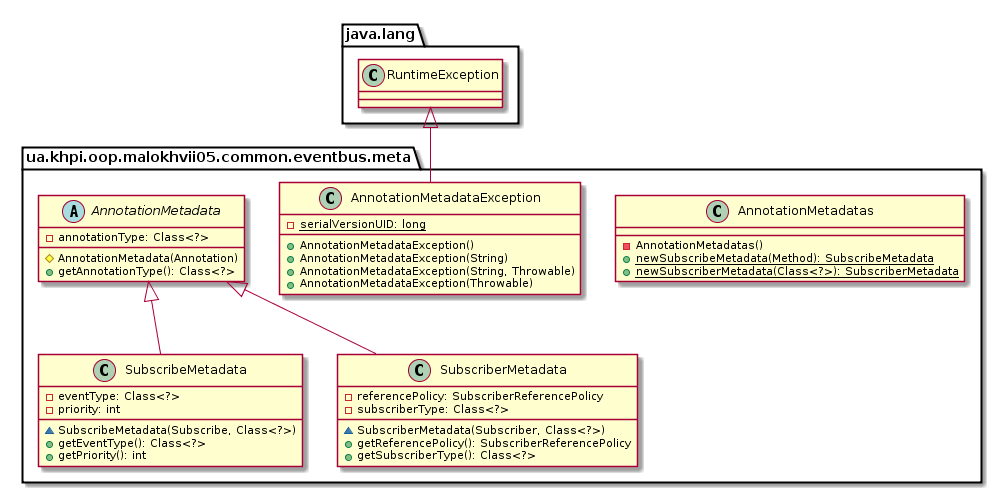
Earlier version of the PlantUML export malokhvii-eduard/malokhvii05/doc/plantuml/png/ua.khpi.oop.malokhvii05.common.eventbus.meta.package.png (P-Kalin/kit26a).
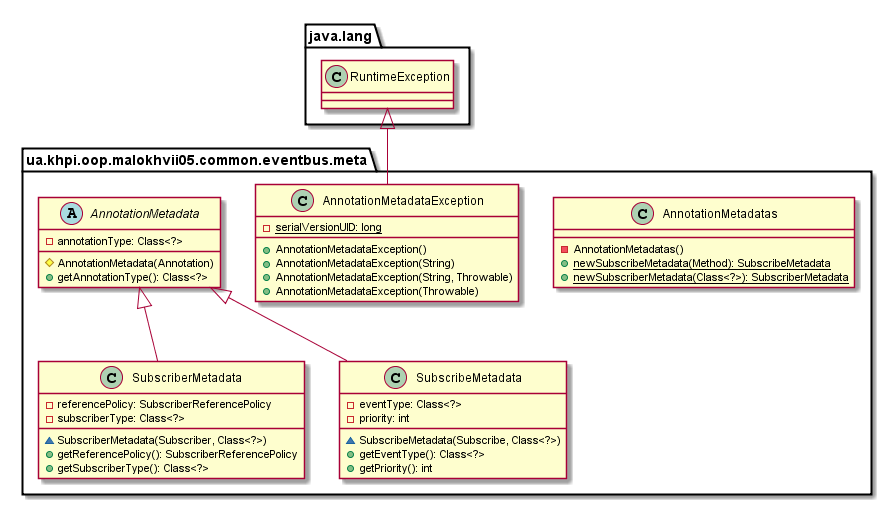
After the change.

Diff of the diagram source:
```diff
@@ -2,10 +2,12 @@
 
     namespace ua.khpi.oop.malokhvii05.common.eventbus.meta {
 
-        class AnnotationMetadatas {
-            -AnnotationMetadatas()
-            {static} +newSubscribeMetadata(Method): SubscribeMetadata
-            {static} +newSubscriberMetadata(Class<?>): SubscriberMetadata
+        class SubscriberMetadata {
+            -referencePolicy: SubscriberReferencePolicy
+            -subscriberType: Class<?>
+            ~SubscriberMetadata(Subscriber, Class<?>)
+            +getReferencePolicy(): SubscriberReferencePolicy
+            +getSubscriberType(): Class<?>
         }
 
         class SubscribeMetadata {
@@ -14,6 +16,12 @@
             ~SubscribeMetadata(Subscribe, Class<?>)
             +getEventType(): Class<?>
             +getPriority(): int
+        }
+
+        class AnnotationMetadatas {
+            -AnnotationMetadatas()
+            {static} +newSubscribeMetadata(Method): SubscribeMetadata
+            {static} +newSubscriberMetadata(Class<?>): SubscriberMetadata
         }
 
         class AnnotationMetadataException {
@@ -30,21 +38,13 @@
             +getAnnotationType(): Class<?>
         }
 
-        class SubscriberMetadata {
-            -referencePolicy: SubscriberReferencePolicy
-            -subscriberType: Class<?>
-            ~SubscriberMetadata(Subscriber, Class<?>)
-            +getReferencePolicy(): SubscriberReferencePolicy
-            +getSubscriberType(): Class<?>
-        }
+        AnnotationMetadata <|-- SubscriberMetadata
 
         AnnotationMetadata <|-- SubscribeMetadata
 
         class java.lang.RuntimeException
         java.lang.RuntimeException <|-- AnnotationMetadataException
 
-        AnnotationMetadata <|-- SubscriberMetadata
-
     }
 
 @enduml
```
